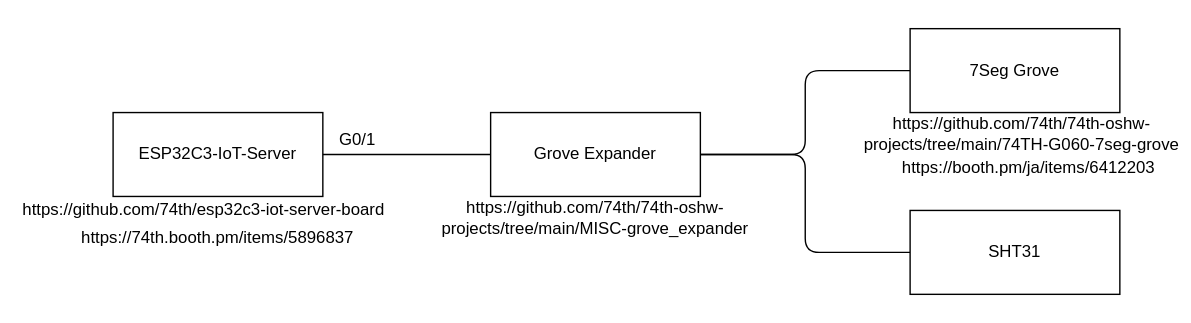
Earlier version of the draw.io export connect.drawio.svg (74th/atmospheric-pressure-display-arduino). Source tidied: cells renumbered, new cells last; positions are measured from the earlier drawing's top-left corner, leaving out a move shared by most shapes.
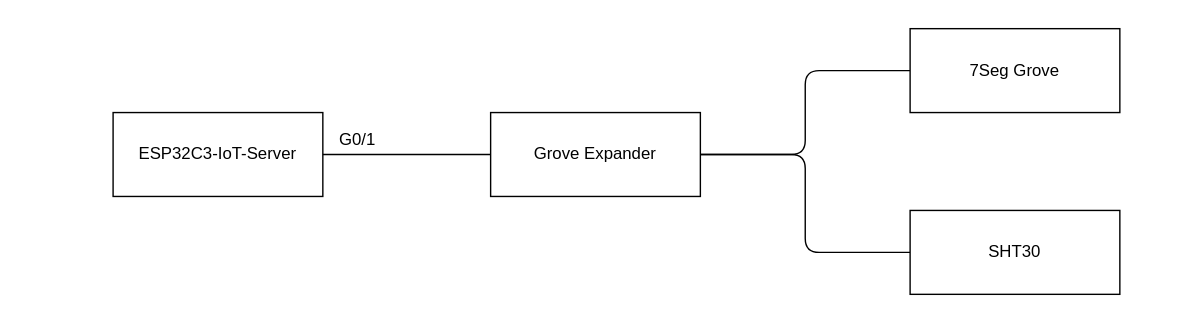
Later version of the same file.

Diff of the diagram source:
```diff
@@ -23,26 +23,11 @@
     <mxCell id="8" value="7Seg Grove" style="rounded=0;whiteSpace=wrap;html=1;" parent="1" vertex="1">
       <mxGeometry x="650" y="20" width="150" height="60" as="geometry" />
     </mxCell>
-    <mxCell id="9" value="SHT31" style="rounded=0;whiteSpace=wrap;html=1;" parent="1" vertex="1">
+    <mxCell id="9" value="SHT30" style="rounded=0;whiteSpace=wrap;html=1;" parent="1" vertex="1">
       <mxGeometry x="650" y="150" width="150" height="60" as="geometry" />
     </mxCell>
     <mxCell id="10" value="G0/1" style="text;html=1;strokeColor=none;fillColor=none;align=center;verticalAlign=middle;whiteSpace=wrap;rounded=0;" parent="1" vertex="1">
       <mxGeometry x="230" y="90" width="50" height="20" as="geometry" />
     </mxCell>
-    <mxCell id="11" value="&lt;a href=&quot;https://github.com/74th/esp32c3-iot-server-board&quot;&gt;https://github.com/74th/esp32c3-iot-server-board&lt;/a&gt;" style="text;html=1;strokeColor=none;fillColor=none;align=center;verticalAlign=middle;whiteSpace=wrap;rounded=0;" parent="1" vertex="1">
-      <mxGeometry x="10" y="140" width="270" height="20" as="geometry" />
-    </mxCell>
-    <mxCell id="12" value="&lt;a href=&quot;https://github.com/74th/74th-oshw-projects/tree/main/74TH-G060-7seg-grove&quot;&gt;https://github.com/74th/74th-oshw-projects/tree/main/74TH-G060-7seg-grove&lt;/a&gt;" style="text;html=1;strokeColor=none;fillColor=none;align=center;verticalAlign=middle;whiteSpace=wrap;rounded=0;" parent="1" vertex="1">
-      <mxGeometry x="610" y="80" width="240" height="30" as="geometry" />
-    </mxCell>
-    <mxCell id="13" value="&lt;a href=&quot;https://github.com/74th/74th-oshw-projects/tree/main/MISC-grove_expander&quot;&gt;https://github.com/74th/74th-oshw-projects/tree/main/MISC-grove_expander&lt;/a&gt;" style="text;html=1;strokeColor=none;fillColor=none;align=center;verticalAlign=middle;whiteSpace=wrap;rounded=0;" parent="1" vertex="1">
-      <mxGeometry x="290" y="140" width="270" height="30" as="geometry" />
-    </mxCell>
-    <mxCell id="14" value="&lt;a href=&quot;https://booth.pm/ja/items/6412203&quot;&gt;https://booth.pm/ja/items/6412203&lt;/a&gt;" style="text;html=1;strokeColor=none;fillColor=none;align=center;verticalAlign=middle;whiteSpace=wrap;rounded=0;" parent="1" vertex="1">
-      <mxGeometry x="630" y="110" width="210" height="20" as="geometry" />
-    </mxCell>
-    <mxCell id="15" value="&lt;a href=&quot;https://74th.booth.pm/items/5896837&quot;&gt;https://74th.booth.pm/items/5896837&lt;/a&gt;" style="text;html=1;strokeColor=none;fillColor=none;align=center;verticalAlign=middle;whiteSpace=wrap;rounded=0;" parent="1" vertex="1">
-      <mxGeometry x="50" y="160" width="210" height="20" as="geometry" />
-    </mxCell>
   </root>
 </mxGraphModel>
```
